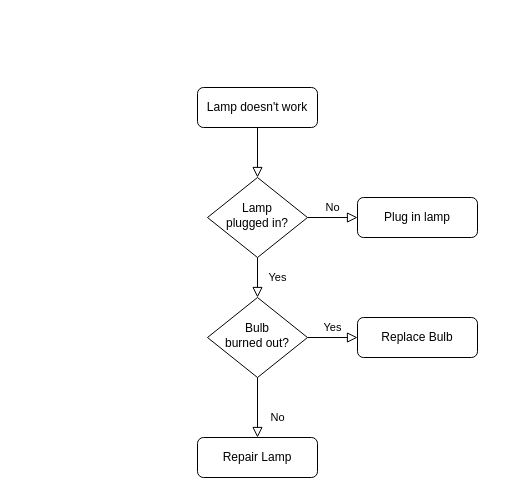
Above: PC段海外站-商家入驻.drawio in gu18888/proj_01 (draw.io), before the change. Source tidied: cells renumbered, new cells numbered last; positions are measured from the earlier drawing's top-left corner, leaving out a move shared by most shapes. Both pictures are drawn from the tidied source at 100%, with x=0, y=0 at pixel (197, 87).
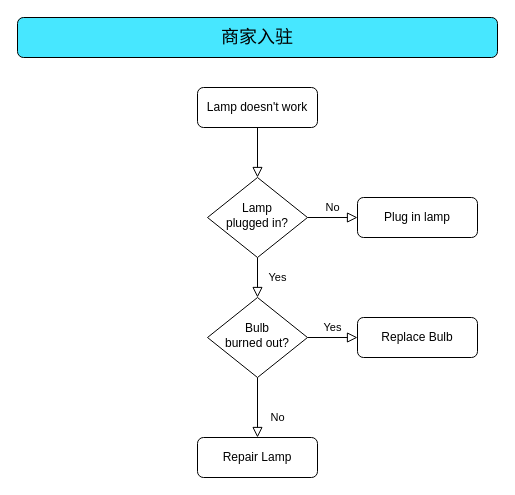
The same diagram, later.

Commit message:
更新PC段海外站-商家入驻.drawio

The edit, as a diff of the source:
```diff
@@
 <mxGraphModel>
   <root>
     <mxCell id="0" />
     <mxCell id="1" parent="0" />
     <mxCell id="2" style="rounded=0;html=1;jettySize=auto;fontSize=11;endArrow=block;endFill=0;endSize=8;strokeWidth=1;shadow=0;labelBackgroundColor=none;edgeStyle=orthogonalEdgeStyle;" parent="1" edge="1" source="3" target="6">
       <mxGeometry relative="1" as="geometry" />
     </mxCell>
     <mxCell id="3" value="Lamp doesn't work" style="rounded=1;whiteSpace=wrap;html=1;fontSize=12;glass=0;strokeWidth=1;shadow=0;" parent="1" vertex="1">
       <mxGeometry width="120" height="40" as="geometry" />
     </mxCell>
     <mxCell id="4" value="Yes" style="rounded=0;html=1;jettySize=auto;fontSize=11;endArrow=block;endFill=0;endSize=8;strokeWidth=1;shadow=0;labelBackgroundColor=none;edgeStyle=orthogonalEdgeStyle;" parent="1" edge="1" source="6" target="10">
       <mxGeometry y="20" relative="1" as="geometry" />
     </mxCell>
     <mxCell id="5" value="No" style="edgeStyle=orthogonalEdgeStyle;rounded=0;html=1;jettySize=auto;fontSize=11;endArrow=block;endFill=0;endSize=8;strokeWidth=1;shadow=0;labelBackgroundColor=none;" parent="1" edge="1" source="6" target="7">
       <mxGeometry y="10" relative="1" as="geometry" />
     </mxCell>
     <mxCell id="6" value="Lamp&lt;br&gt;plugged in?" style="rhombus;whiteSpace=wrap;html=1;shadow=0;fontFamily=Helvetica;fontSize=12;align=center;strokeWidth=1;spacing=6;spacingTop=-4;" parent="1" vertex="1">
       <mxGeometry x="10" y="90" width="100" height="80" as="geometry" />
     </mxCell>
     <mxCell id="7" value="Plug in lamp" style="rounded=1;whiteSpace=wrap;html=1;fontSize=12;glass=0;strokeWidth=1;shadow=0;" parent="1" vertex="1">
       <mxGeometry x="160" y="110" width="120" height="40" as="geometry" />
     </mxCell>
     <mxCell id="8" value="No" style="rounded=0;html=1;jettySize=auto;fontSize=11;endArrow=block;endFill=0;endSize=8;strokeWidth=1;shadow=0;labelBackgroundColor=none;edgeStyle=orthogonalEdgeStyle;" parent="1" edge="1" source="10" target="11">
       <mxGeometry x="0.33" y="20" relative="1" as="geometry" />
     </mxCell>
     <mxCell id="9" value="Yes" style="edgeStyle=orthogonalEdgeStyle;rounded=0;html=1;jettySize=auto;fontSize=11;endArrow=block;endFill=0;endSize=8;strokeWidth=1;shadow=0;labelBackgroundColor=none;" parent="1" edge="1" source="10" target="12">
       <mxGeometry y="10" relative="1" as="geometry" />
     </mxCell>
     <mxCell id="10" value="Bulb&lt;br&gt;burned out?" style="rhombus;whiteSpace=wrap;html=1;shadow=0;fontFamily=Helvetica;fontSize=12;align=center;strokeWidth=1;spacing=6;spacingTop=-4;" parent="1" vertex="1">
       <mxGeometry x="10" y="210" width="100" height="80" as="geometry" />
     </mxCell>
     <mxCell id="11" value="Repair Lamp" style="rounded=1;whiteSpace=wrap;html=1;fontSize=12;glass=0;strokeWidth=1;shadow=0;" parent="1" vertex="1">
       <mxGeometry y="350" width="120" height="40" as="geometry" />
     </mxCell>
     <mxCell id="12" value="Replace Bulb" style="rounded=1;whiteSpace=wrap;html=1;fontSize=12;glass=0;strokeWidth=1;shadow=0;" parent="1" vertex="1">
       <mxGeometry x="160" y="230" width="120" height="40" as="geometry" />
     </mxCell>
+    <mxCell id="13" value="&lt;span style=&quot;font-size: 18px;&quot;&gt;商家入驻&lt;/span&gt;" style="rounded=1;whiteSpace=wrap;html=1;fontSize=12;glass=0;strokeWidth=1;shadow=0;fillColor=#47E7FF;" parent="1" vertex="1">
+      <mxGeometry x="-180" y="-70" width="480" height="40" as="geometry" />
+    </mxCell>
   </root>
 </mxGraphModel>
```
